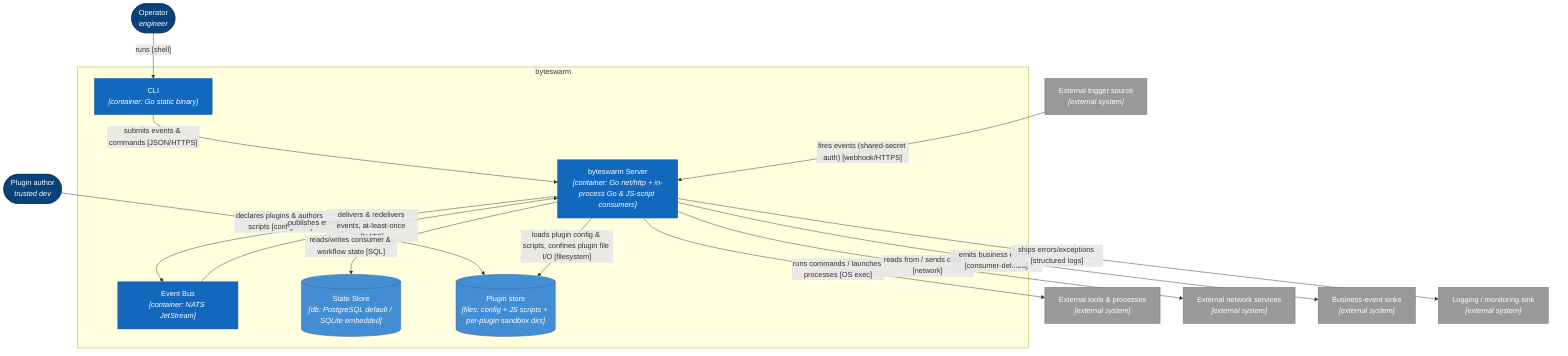
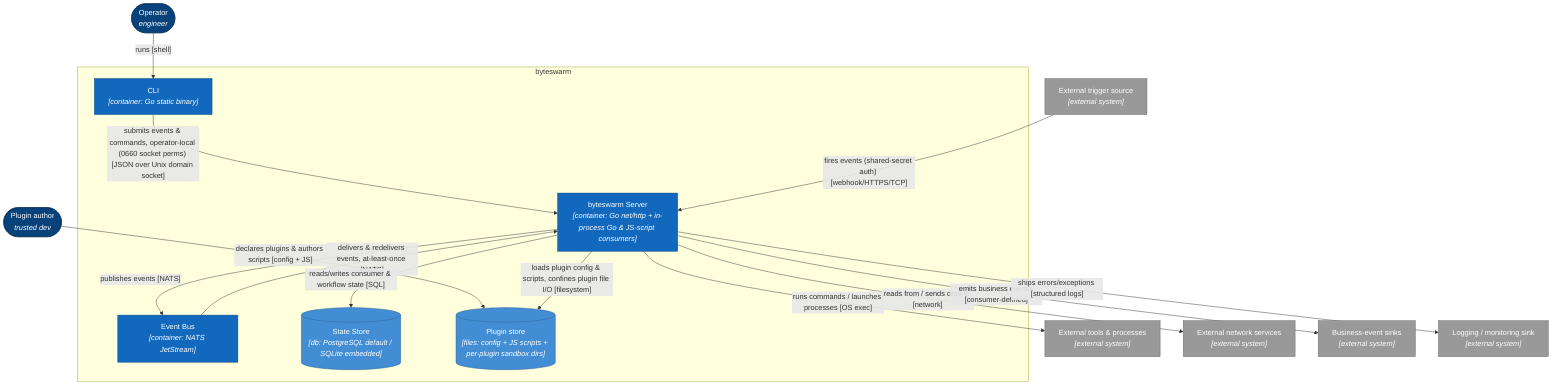
%% C4 L2 — Container diagram for byteswarm
%% Source of truth: docs/adr/ — regenerate via /c4-designer, do not hand-edit
- %% Generated: 2026-07-10
+ %% Generated: 2026-07-12
flowchart TB
    operator(["Operator<br/><i>engineer</i>"])
    pauthor(["Plugin author<br/><i>trusted dev</i>"])
    trigger["External trigger source<br/><i>[external system]</i>"]

    subgraph sys [byteswarm]
        cli["CLI<br/><i>[container: Go static binary]</i>"]
        srv["byteswarm Server<br/><i>[container: Go net/http + in-process Go & JS-script consumers]</i>"]
        bus["Event Bus<br/><i>[container: NATS JetStream]</i>"]
        db[("State Store<br/><i>[db: PostgreSQL default / SQLite embedded]</i>")]
        plugins[("Plugin store<br/><i>[files: config + JS scripts + per-plugin sandbox dirs]</i>")]
    end

    tools["External tools & processes<br/><i>[external system]</i>"]
    netsvc["External network services<br/><i>[external system]</i>"]
    sinks["Business-event sinks<br/><i>[external system]</i>"]
    logsink["Logging / monitoring sink<br/><i>[external system]</i>"]

    operator -->|"runs [shell]"| cli
    pauthor -->|"declares plugins & authors scripts [config + JS]"| plugins
-     cli -->|"submits events & commands [JSON/HTTPS]"| srv
-     trigger -->|"fires events (shared-secret auth) [webhook/HTTPS]"| srv
+     cli -->|"submits events & commands, operator-local (0660 socket perms) [JSON over Unix domain socket]"| srv
+     trigger -->|"fires events (shared-secret auth) [webhook/HTTPS/TCP]"| srv
    srv -->|"loads plugin config & scripts, confines plugin file I/O [filesystem]"| plugins
    srv -->|"publishes events [NATS]"| bus
    bus -->|"delivers & redelivers events, at-least-once [NATS]"| srv
    srv -->|"reads/writes consumer & workflow state [SQL]"| db
    srv -->|"runs commands / launches processes [OS exec]"| tools
    srv -->|"reads from / sends data to [network]"| netsvc
    srv -->|"emits business events [consumer-defined]"| sinks
    srv -->|"ships errors/exceptions [structured logs]"| logsink

    classDef person    fill:#08427b,stroke:#052e56,color:#ffffff
    classDef internal  fill:#1168bd,stroke:#0b4884,color:#ffffff
    classDef external  fill:#999999,stroke:#6b6b6b,color:#ffffff
    classDef datastore fill:#438dd5,stroke:#2e6295,color:#ffffff
    classDef component fill:#85bbf0,stroke:#5d82a8,color:#000000
    class operator,pauthor person
    class cli,srv,bus internal
    class db,plugins datastore
    class trigger,tools,netsvc,sinks,logsink external
